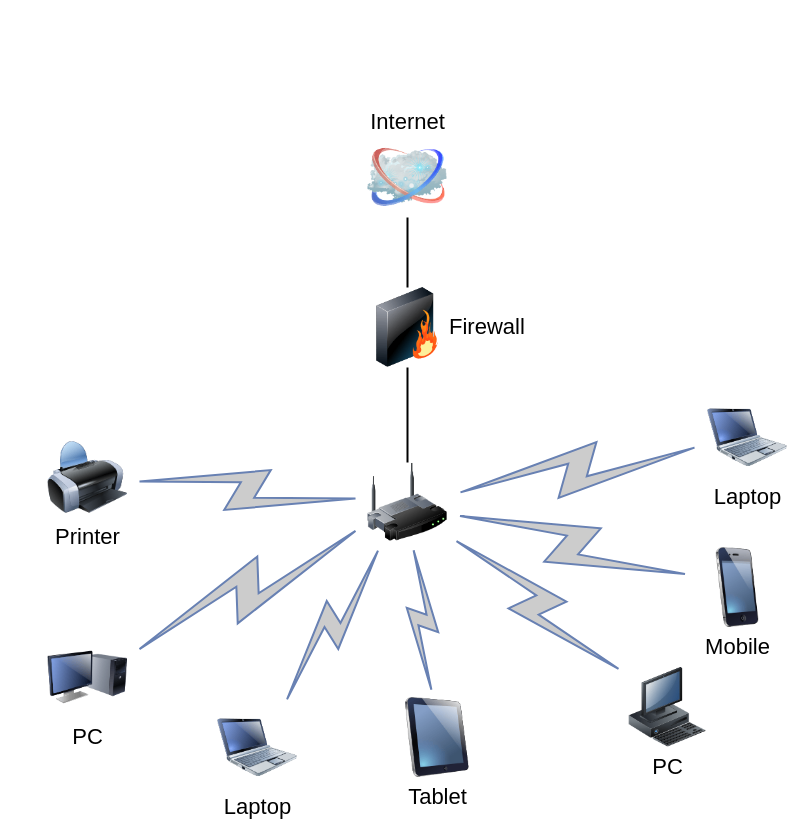
Before: Untitled Diagram.drawio in bachtran2000/Cobit-framework, a draw.io diagram. Source tidied: cells renumbered, new cells numbered last; positions are measured from the earlier drawing's top-left corner, leaving out a move shared by most shapes. Both pictures are drawn from the tidied source at 100%, with x=0, y=0 at pixel (47, 137).
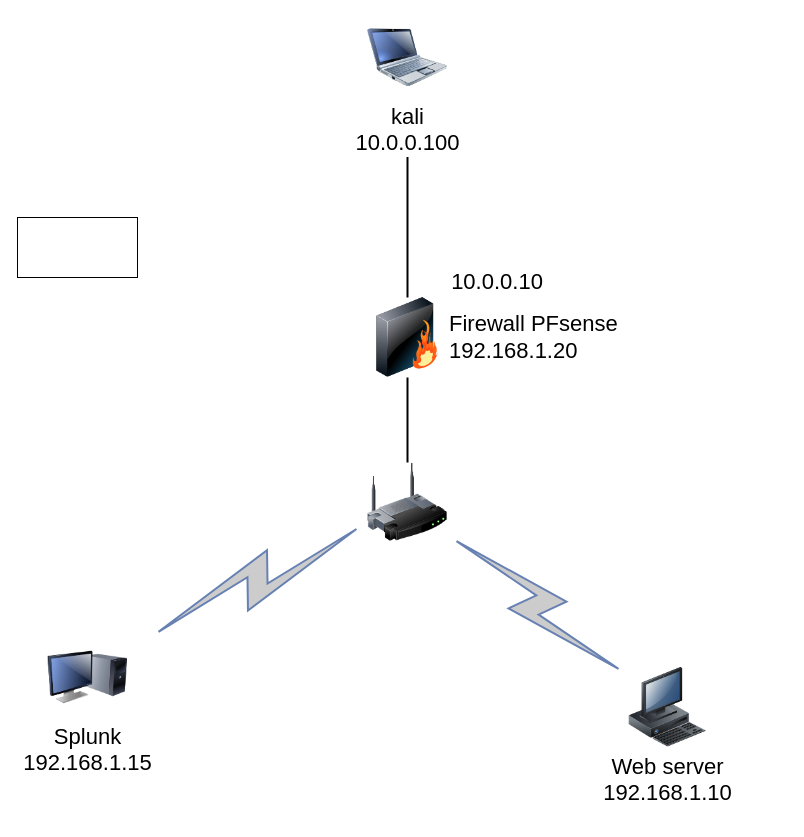
After the change.

The change refers to these unchanged cells:
```xml
<mxCell id="3" style="image;html=1;labelBackgroundColor=#ffffff;image=img/lib/clip_art/networking/Wireless_Router_128x128.png;rounded=1;shadow=0;comic=0;strokeWidth=2;fontSize=22;" parent="1" vertex="1">
  <mxGeometry x="320" y="325" width="80" height="80" as="geometry" />
</mxCell>
```

Change to the diagram source:
```diff
@@
-    <mxCell id="4" value="Internet" style="image;html=1;labelBackgroundColor=#ffffff;image=img/lib/clip_art/networking/Cloud_128x128.png;rounded=1;shadow=0;comic=0;strokeWidth=2;fontSize=22;labelPosition=center;verticalLabelPosition=top;align=center;verticalAlign=bottom;" parent="1" vertex="1">
-      <mxGeometry x="320" width="80" height="80" as="geometry" />
-    </mxCell>
-    <mxCell id="5" style="edgeStyle=none;rounded=0;html=1;labelBackgroundColor=none;endArrow=none;strokeWidth=2;fontFamily=Verdana;fontSize=22;" parent="1" edge="1" source="6" target="4">
-      <mxGeometry relative="1" as="geometry" />
+    <mxCell id="5" style="edgeStyle=none;rounded=0;html=1;labelBackgroundColor=none;endArrow=none;strokeWidth=2;fontFamily=Verdana;fontSize=22;" parent="1" edge="1" source="6">
+      <mxGeometry relative="1" as="geometry">
+        <mxPoint x="360" y="10" as="targetPoint" />
+      </mxGeometry>
     </mxCell>
-    <mxCell id="6" value="Firewall" style="image;html=1;labelBackgroundColor=#ffffff;image=img/lib/clip_art/networking/Firewall_128x128.png;rounded=1;shadow=0;comic=0;strokeWidth=2;fontSize=22;labelPosition=right;verticalLabelPosition=middle;align=left;verticalAlign=middle;" parent="1" vertex="1">
-      <mxGeometry x="320" y="150" width="80" height="80" as="geometry" />
+    <mxCell id="6" value="Firewall PFsense&lt;br&gt;192.168.1.20" style="image;html=1;labelBackgroundColor=#ffffff;image=img/lib/clip_art/networking/Firewall_128x128.png;rounded=1;shadow=0;comic=0;strokeWidth=2;fontSize=22;labelPosition=right;verticalLabelPosition=middle;align=left;verticalAlign=middle;" parent="1" vertex="1">
+      <mxGeometry x="320" y="160" width="80" height="80" as="geometry" />
     </mxCell>
-    <mxCell id="7" value="Tablet" style="image;html=1;labelBackgroundColor=#ffffff;image=img/lib/clip_art/computers/iPad_128x128.png;rounded=1;shadow=0;comic=0;strokeWidth=2;fontSize=22;" parent="1" vertex="1">
-      <mxGeometry x="350" y="560" width="80" height="80" as="geometry" />
-    </mxCell>
-    <mxCell id="8" value="PC" style="image;html=1;labelBackgroundColor=#ffffff;image=img/lib/clip_art/computers/Monitor_Tower_128x128.png;rounded=1;shadow=0;comic=0;strokeWidth=2;fontSize=22;" parent="1" vertex="1">
+    <mxCell id="8" value="Splunk&lt;br&gt;192.168.1.15" style="image;html=1;labelBackgroundColor=#ffffff;image=img/lib/clip_art/computers/Monitor_Tower_128x128.png;rounded=1;shadow=0;comic=0;strokeWidth=2;fontSize=22;" parent="1" vertex="1">
       <mxGeometry y="500" width="80" height="80" as="geometry" />
     </mxCell>
-    <mxCell id="9" value="Printer" style="image;html=1;labelBackgroundColor=#ffffff;image=img/lib/clip_art/computers/Printer_128x128.png;rounded=1;shadow=0;comic=0;strokeWidth=2;fontSize=22;" parent="1" vertex="1">
-      <mxGeometry y="300" width="80" height="80" as="geometry" />
-    </mxCell>
-    <mxCell id="10" value="PC" style="image;html=1;labelBackgroundColor=#ffffff;image=img/lib/clip_art/computers/Workstation_128x128.png;rounded=1;shadow=0;comic=0;strokeWidth=2;fontSize=22;" parent="1" vertex="1">
+    <mxCell id="10" value="Web server&lt;br&gt;192.168.1.10" style="image;html=1;labelBackgroundColor=#ffffff;image=img/lib/clip_art/computers/Workstation_128x128.png;rounded=1;shadow=0;comic=0;strokeWidth=2;fontSize=22;" parent="1" vertex="1">
       <mxGeometry x="580" y="530" width="80" height="80" as="geometry" />
     </mxCell>
-    <mxCell id="11" value="Mobile" style="image;html=1;labelBackgroundColor=#ffffff;image=img/lib/clip_art/telecommunication/iPhone_128x128.png;rounded=1;shadow=0;comic=0;strokeWidth=2;fontSize=22;" parent="1" vertex="1">
-      <mxGeometry x="650" y="410" width="80" height="80" as="geometry" />
-    </mxCell>
-    <mxCell id="12" value="Laptop" style="image;html=1;labelBackgroundColor=#ffffff;image=img/lib/clip_art/computers/Netbook_128x128.png;rounded=1;shadow=0;comic=0;strokeColor=#000000;strokeWidth=2;fillColor=#FFFFFF;fontSize=22;fontColor=#000000;" parent="1" vertex="1">
-      <mxGeometry x="660" y="260" width="80" height="80" as="geometry" />
-    </mxCell>
-    <mxCell id="13" value="Laptop" style="image;html=1;labelBackgroundColor=#ffffff;image=img/lib/clip_art/computers/Netbook_128x128.png;rounded=1;shadow=0;comic=0;strokeWidth=2;fontSize=22;" parent="1" vertex="1">
-      <mxGeometry x="170" y="570" width="80" height="80" as="geometry" />
-    </mxCell>
-    <mxCell id="14" style="html=1;fillColor=#CCCCCC;strokeColor=#6881B3;gradientColor=none;gradientDirection=north;strokeWidth=2;shape=mxgraph.networks.comm_link_edge;html=1;labelBackgroundColor=none;endArrow=none;fontFamily=Verdana;fontSize=22;fontColor=#000000;" parent="1" edge="1" source="9" target="3">
-      <mxGeometry relative="1" as="geometry" />
-    </mxCell>
-    <mxCell id="15" style="html=1;fillColor=#CCCCCC;strokeColor=#6881B3;gradientColor=none;gradientDirection=north;strokeWidth=2;shape=mxgraph.networks.comm_link_edge;html=1;labelBackgroundColor=none;endArrow=none;fontFamily=Verdana;fontSize=22;fontColor=#000000;fontStyle=1;" parent="1" edge="1" source="8" target="3">
-      <mxGeometry relative="1" as="geometry" />
-    </mxCell>
-    <mxCell id="16" style="html=1;fillColor=#CCCCCC;strokeColor=#6881B3;gradientColor=none;gradientDirection=north;strokeWidth=2;shape=mxgraph.networks.comm_link_edge;html=1;labelBackgroundColor=none;endArrow=none;fontFamily=Verdana;fontSize=22;fontColor=#000000;" parent="1" edge="1" source="13" target="3">
-      <mxGeometry relative="1" as="geometry" />
+    <mxCell id="16" style="html=1;fillColor=#CCCCCC;strokeColor=#6881B3;gradientColor=none;gradientDirection=north;strokeWidth=2;shape=mxgraph.networks.comm_link_edge;html=1;labelBackgroundColor=none;endArrow=none;fontFamily=Verdana;fontSize=22;fontColor=#000000;" parent="1" edge="1" target="3">
+      <mxGeometry relative="1" as="geometry">
+        <mxPoint x="100" y="500" as="sourcePoint" />
+      </mxGeometry>
     </mxCell>
-    <mxCell id="17" style="html=1;fillColor=#CCCCCC;strokeColor=#6881B3;gradientColor=none;gradientDirection=north;strokeWidth=2;shape=mxgraph.networks.comm_link_edge;html=1;labelBackgroundColor=none;endArrow=none;fontFamily=Verdana;fontSize=22;fontColor=#000000;" parent="1" edge="1" source="7" target="3">
-      <mxGeometry relative="1" as="geometry" />
-    </mxCell>
@@
-    <mxCell id="19" style="html=1;fillColor=#CCCCCC;strokeColor=#6881B3;gradientColor=none;gradientDirection=north;strokeWidth=2;shape=mxgraph.networks.comm_link_edge;html=1;labelBackgroundColor=none;endArrow=none;fontFamily=Verdana;fontSize=22;fontColor=#000000;" parent="1" edge="1" source="11" target="3">
-      <mxGeometry relative="1" as="geometry" />
-    </mxCell>
-    <mxCell id="20" style="html=1;fillColor=#CCCCCC;strokeColor=#6881B3;gradientColor=none;gradientDirection=north;strokeWidth=2;shape=mxgraph.networks.comm_link_edge;html=1;labelBackgroundColor=none;endArrow=none;fontFamily=Verdana;fontSize=22;fontColor=#000000;" parent="1" edge="1" source="12" target="3">
-      <mxGeometry relative="1" as="geometry" />
-    </mxCell>
+    <mxCell id="21" value="&lt;font style=&quot;font-size: 22px&quot;&gt;10.0.0.10&lt;/font&gt;" style="text;html=1;strokeColor=none;fillColor=none;align=center;verticalAlign=middle;whiteSpace=wrap;rounded=0;" parent="1" vertex="1">
+      <mxGeometry x="400" y="120" width="100" height="50" as="geometry" />
+    </mxCell>
+    <mxCell id="22" value="kali&lt;br&gt;10.0.0.100" style="image;html=1;image=img/lib/clip_art/computers/Netbook_128x128.png;fontSize=22;" parent="1" vertex="1">
+      <mxGeometry x="320" y="-120" width="80" height="80" as="geometry" />
+    </mxCell>
+    <mxCell id="23" style="rounded=0;whiteSpace=wrap;html=1;fontSize=22;" parent="1" vertex="1">
+      <mxGeometry x="-30" y="80" width="120" height="60" as="geometry" />
+    </mxCell>
```
